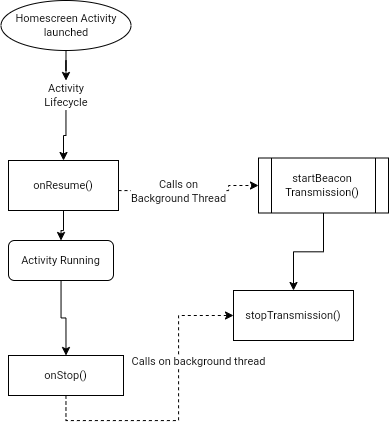
ybmirz/Unilink keeps this draw.io diagram as UnilinkLifecyle.drawio.png. Above is the earlier version. Source tidied: cells renumbered, new cells last; positions are measured from the earlier drawing's top-left corner, leaving out a move shared by most shapes.
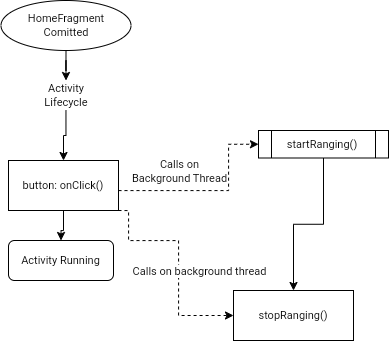
Above is the later version.

Change to the diagram source:
```diff
@@ -5,7 +5,7 @@
     <mxCell id="2" style="edgeStyle=orthogonalEdgeStyle;shape=connector;rounded=0;jettySize=auto;html=1;entryX=0.5;entryY=0;entryDx=0;entryDy=0;labelBackgroundColor=default;strokeColor=default;fontFamily=Helvetica;fontSize=11;fontColor=default;endArrow=classic;" parent="1" edge="1" source="3" target="17">
       <mxGeometry relative="1" as="geometry" />
     </mxCell>
-    <mxCell id="3" value="Homescreen Activity&lt;br&gt;launched" style="ellipse;whiteSpace=wrap;html=1;fontFamily=Helvetica;fontSize=11;fontColor=default;" parent="1" vertex="1">
+    <mxCell id="3" value="HomeFragment&lt;br&gt;Comitted" style="ellipse;whiteSpace=wrap;html=1;fontFamily=Helvetica;fontSize=11;fontColor=default;" parent="1" vertex="1">
       <mxGeometry x="0.5" width="130" height="50" as="geometry" />
     </mxCell>
     <mxCell id="4" style="edgeStyle=orthogonalEdgeStyle;shape=connector;rounded=0;jettySize=auto;html=1;entryX=0;entryY=0.5;entryDx=0;entryDy=0;labelBackgroundColor=default;strokeColor=default;fontFamily=Helvetica;fontSize=11;fontColor=default;endArrow=classic;dashed=1;" parent="1" edge="1" source="7" target="9">
@@ -17,45 +17,40 @@
     </mxCell>
     <mxCell id="5" value="Calls on&lt;br&gt;Background Thread" style="edgeLabel;html=1;align=center;verticalAlign=middle;fontSize=11;fontFamily=Helvetica;fontColor=default;" parent="4" vertex="1">
       <mxGeometry x="0.05" y="3" relative="1" as="geometry">
-        <mxPoint x="-16" y="3" as="offset" />
+        <mxPoint x="-37" y="-17" as="offset" />
       </mxGeometry>
     </mxCell>
     <mxCell id="6" style="edgeStyle=orthogonalEdgeStyle;shape=connector;rounded=0;jettySize=auto;html=1;entryX=0.5;entryY=0;entryDx=0;entryDy=0;labelBackgroundColor=default;strokeColor=default;fontFamily=Helvetica;fontSize=11;fontColor=default;endArrow=classic;" parent="1" edge="1" source="7" target="11">
       <mxGeometry relative="1" as="geometry" />
     </mxCell>
-    <mxCell id="7" value="onResume()" style="rounded=0;whiteSpace=wrap;html=1;fontFamily=Helvetica;fontSize=11;fontColor=default;" parent="1" vertex="1">
+    <mxCell id="7" value="button: onClick()" style="rounded=0;whiteSpace=wrap;html=1;fontFamily=Helvetica;fontSize=11;fontColor=default;" parent="1" vertex="1">
       <mxGeometry x="8" y="160" width="110" height="50" as="geometry" />
     </mxCell>
     <mxCell id="8" style="edgeStyle=orthogonalEdgeStyle;shape=connector;rounded=0;jettySize=auto;html=1;entryX=0.5;entryY=0;entryDx=0;entryDy=0;labelBackgroundColor=default;strokeColor=default;fontFamily=Helvetica;fontSize=11;fontColor=default;endArrow=classic;" parent="1" edge="1" source="9" target="15">
       <mxGeometry relative="1" as="geometry" />
     </mxCell>
-    <mxCell id="9" value="startBeacon&lt;br&gt;Transmission()" style="shape=process;whiteSpace=wrap;html=1;backgroundOutline=1;fontFamily=Helvetica;fontSize=11;fontColor=default;" parent="1" vertex="1">
-      <mxGeometry x="258" y="157.5" width="130" height="55" as="geometry" />
+    <mxCell id="9" value="startRanging()" style="shape=process;whiteSpace=wrap;html=1;backgroundOutline=1;fontFamily=Helvetica;fontSize=11;fontColor=default;" parent="1" vertex="1">
+      <mxGeometry x="258" y="130" width="130" height="27.5" as="geometry" />
     </mxCell>
-    <mxCell id="10" style="edgeStyle=orthogonalEdgeStyle;shape=connector;rounded=0;jettySize=auto;html=1;entryX=0.5;entryY=0;entryDx=0;entryDy=0;labelBackgroundColor=default;strokeColor=default;fontFamily=Helvetica;fontSize=11;fontColor=default;endArrow=classic;" parent="1" edge="1" source="11" target="14">
-      <mxGeometry relative="1" as="geometry" />
-    </mxCell>
     <mxCell id="11" value="Activity Running" style="rounded=1;whiteSpace=wrap;html=1;fontFamily=Helvetica;fontSize=11;fontColor=default;" parent="1" vertex="1">
       <mxGeometry x="8" y="240" width="105" height="40" as="geometry" />
     </mxCell>
-    <mxCell id="12" style="edgeStyle=orthogonalEdgeStyle;shape=connector;rounded=0;jettySize=auto;html=1;entryX=0;entryY=0.5;entryDx=0;entryDy=0;labelBackgroundColor=default;strokeColor=default;fontFamily=Helvetica;fontSize=11;fontColor=default;endArrow=classic;dashed=1;" parent="1" edge="1" source="14" target="15">
+    <mxCell id="12" style="edgeStyle=orthogonalEdgeStyle;shape=connector;rounded=0;jettySize=auto;html=1;entryX=0;entryY=0.5;entryDx=0;entryDy=0;labelBackgroundColor=default;strokeColor=default;fontFamily=Helvetica;fontSize=11;fontColor=default;endArrow=classic;dashed=1;exitX=1;exitY=1;exitDx=0;exitDy=0;" parent="1" edge="1" source="7" target="15">
       <mxGeometry relative="1" as="geometry">
         <Array as="points">
-          <mxPoint x="66" y="420" />
-          <mxPoint x="178" y="420" />
+          <mxPoint x="128" y="210" />
+          <mxPoint x="128" y="240" />
+          <mxPoint x="178" y="240" />
           <mxPoint x="178" y="315" />
         </Array>
       </mxGeometry>
     </mxCell>
     <mxCell id="13" value="Calls on background thread" style="edgeLabel;html=1;align=center;verticalAlign=middle;fontSize=11;fontFamily=Helvetica;fontColor=default;" parent="12" vertex="1">
       <mxGeometry x="-0.11" y="5" relative="1" as="geometry">
-        <mxPoint x="25" y="-55" as="offset" />
+        <mxPoint x="15" y="22" as="offset" />
       </mxGeometry>
     </mxCell>
-    <mxCell id="14" value="onStop()" style="rounded=0;whiteSpace=wrap;html=1;fontFamily=Helvetica;fontSize=11;fontColor=default;" parent="1" vertex="1">
-      <mxGeometry x="8" y="355" width="115" height="40" as="geometry" />
-    </mxCell>
-    <mxCell id="15" value="stopTransmission()" style="rounded=0;whiteSpace=wrap;html=1;fontFamily=Helvetica;fontSize=11;fontColor=default;" parent="1" vertex="1">
+    <mxCell id="15" value="stopRanging()" style="rounded=0;whiteSpace=wrap;html=1;fontFamily=Helvetica;fontSize=11;fontColor=default;" parent="1" vertex="1">
       <mxGeometry x="233" y="290" width="120" height="50" as="geometry" />
     </mxCell>
     <mxCell id="16" style="edgeStyle=orthogonalEdgeStyle;shape=connector;rounded=0;jettySize=auto;html=1;entryX=0.5;entryY=0;entryDx=0;entryDy=0;labelBackgroundColor=default;strokeColor=default;fontFamily=Helvetica;fontSize=11;fontColor=default;endArrow=classic;" parent="1" edge="1" source="17" target="7">
```
